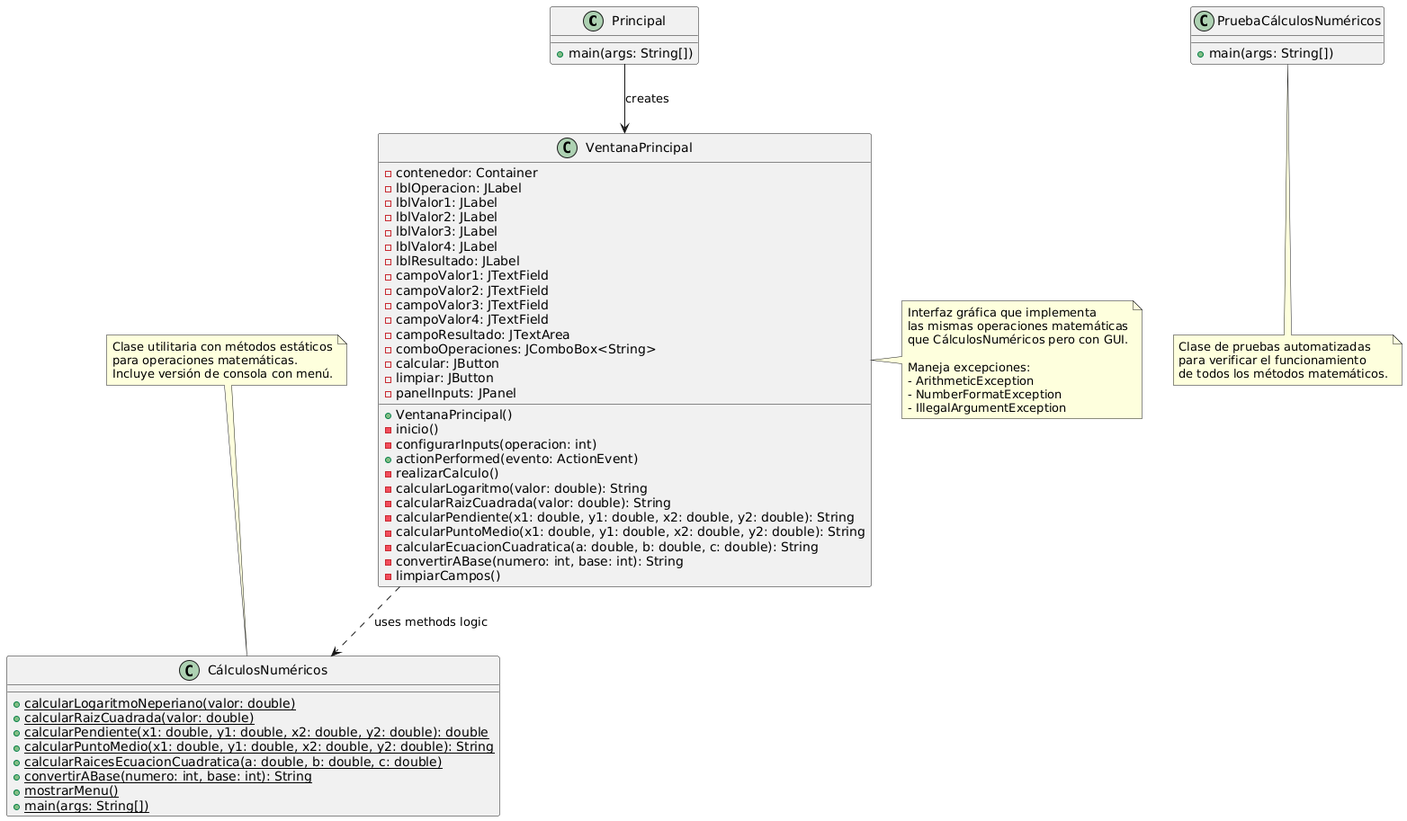
Above: actividad_5/punto_3/UML.png in RamonColmenares/POO (PlantUML), before the change.
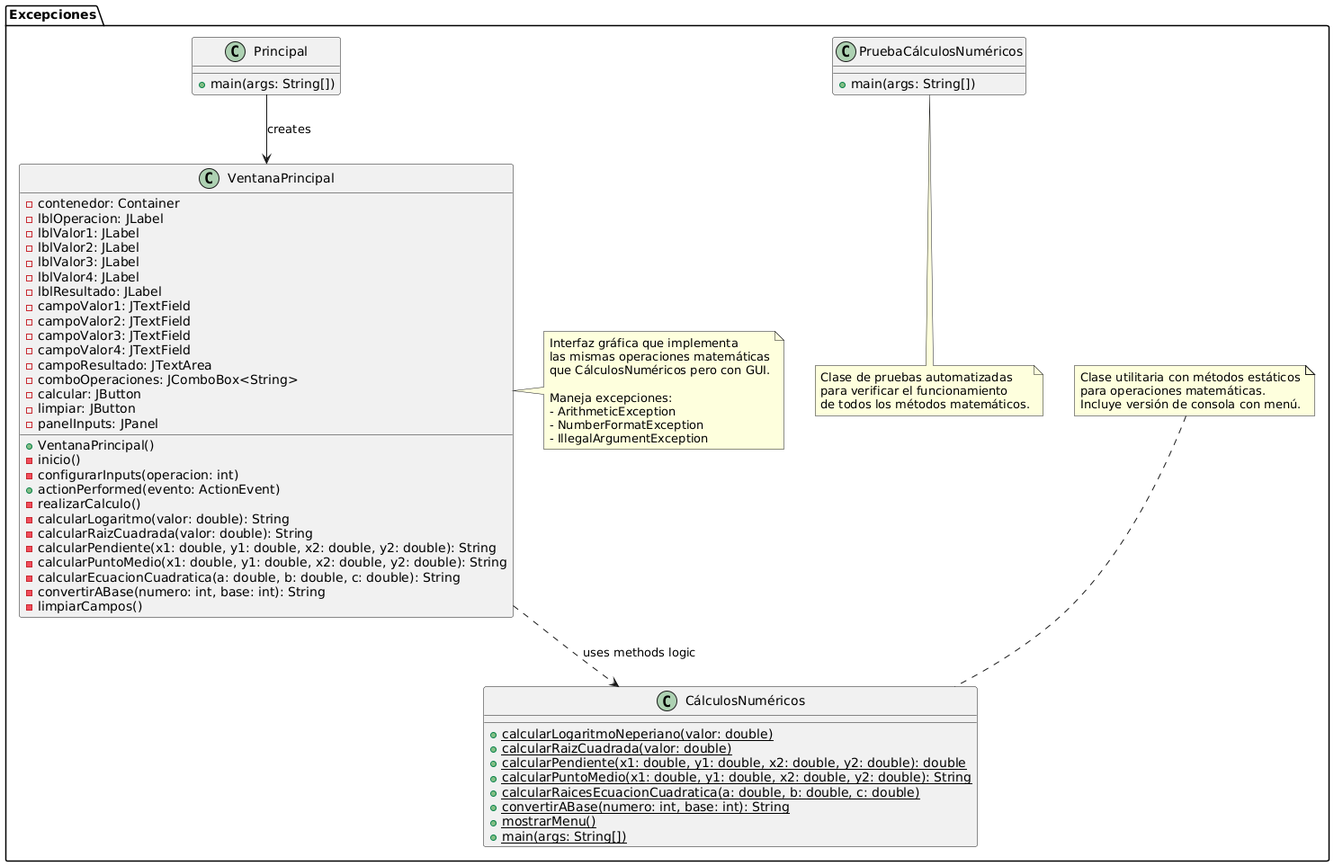
The same diagram one commit later.

Commit message:
Modifico los UML del punto 3 y el punto 5, actividad 5

What changed in the source:
```diff
@@ -1,4 +1,5 @@
 @startuml
+package "Excepciones" {
 class Principal {
     +main(args: String[])
 }
```
